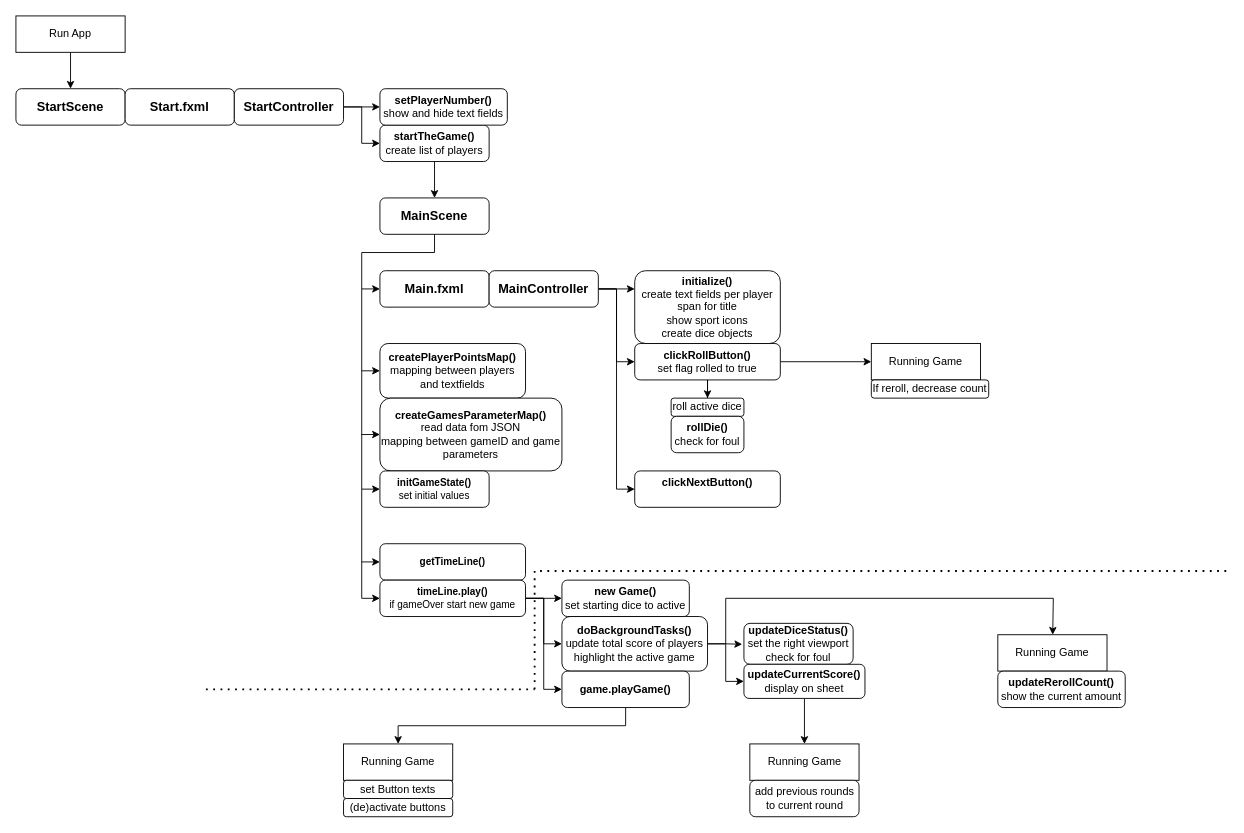
Earlier version of the draw.io diagram src/main/resources/Flow.drawio (MarcoSeibert/Decathlon). Source tidied: cells renumbered, new cells numbered last; positions are measured from the earlier drawing's top-left corner, leaving out a move shared by most shapes. Both pictures are drawn from the tidied source at 91%, with x=0, y=0 at pixel (15, 15).
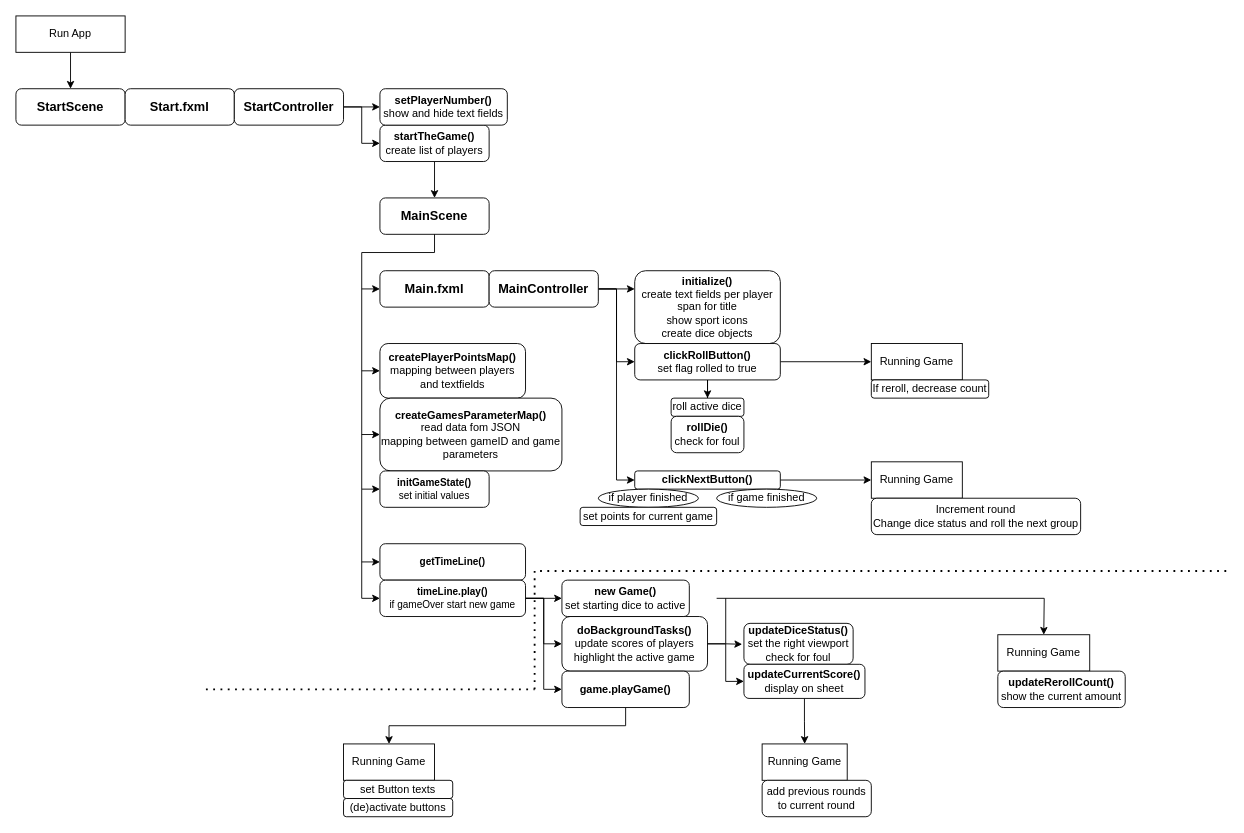
The same diagram, later.

Commit message:
K: update flow chart

Unchanged cells that the change refers to:
```xml
<mxCell id="42" value="game.playGame()" style="rounded=1;whiteSpace=wrap;html=1;fontStyle=1;" parent="1" vertex="1">
  <mxGeometry x="600" y="720" width="140" height="40" as="geometry" />
</mxCell>
```

What changed in the source:
```diff
@@
-    <mxCell id="39" value="doBackgroundTasks()&lt;div&gt;&lt;span style=&quot;font-weight: 400;&quot;&gt;update total score of players&lt;/span&gt;&lt;/div&gt;&lt;div&gt;&lt;span style=&quot;font-weight: 400;&quot;&gt;highlight the active game&lt;/span&gt;&lt;/div&gt;" style="rounded=1;whiteSpace=wrap;html=1;fontStyle=1;" parent="1" vertex="1">
+    <mxCell id="39" value="doBackgroundTasks()&lt;div&gt;&lt;span style=&quot;font-weight: 400;&quot;&gt;update scores of players&lt;/span&gt;&lt;/div&gt;&lt;div&gt;&lt;span style=&quot;font-weight: 400;&quot;&gt;highlight the active game&lt;/span&gt;&lt;/div&gt;" style="rounded=1;whiteSpace=wrap;html=1;fontStyle=1;" parent="1" vertex="1">
       <mxGeometry x="600" y="660" width="160" height="60" as="geometry" />
     </mxCell>
@@
     <mxCell id="41" style="edgeStyle=orthogonalEdgeStyle;rounded=0;jettySize=auto;html=1;entryX=0.5;entryY=0;entryDx=0;entryDy=0;" parent="1" edge="1" source="42" target="47">
       <mxGeometry relative="1" as="geometry">
         <Array as="points">
           <mxPoint x="670" y="780" />
-          <mxPoint x="420" y="780" />
+          <mxPoint x="410" y="780" />
         </Array>
       </mxGeometry>
     </mxCell>
@@
     <mxCell id="47" value="Running Game" style="rounded=0;whiteSpace=wrap;html=1;" parent="1" vertex="1">
-      <mxGeometry x="360" y="800" width="120" height="40" as="geometry" />
+      <mxGeometry x="360" y="800" width="100" height="40" as="geometry" />
     </mxCell>
     <mxCell id="48" value="Running Game" style="rounded=0;whiteSpace=wrap;html=1;" parent="1" vertex="1">
-      <mxGeometry x="940" y="360" width="120" height="40" as="geometry" />
+      <mxGeometry x="940" y="360" width="100" height="40" as="geometry" />
     </mxCell>
@@
     <mxCell id="50" style="endArrow=none;html=1;rounded=0;startFill=0;" parent="1" edge="1">
       <mxGeometry relative="1" as="geometry">
-        <mxPoint x="780" y="640" as="sourcePoint" />
-        <mxPoint x="1140" y="640" as="targetPoint" />
+        <mxPoint x="770" y="640" as="sourcePoint" />
+        <mxPoint x="1130" y="640" as="targetPoint" />
       </mxGeometry>
     </mxCell>
     <mxCell id="51" value="Running Game" style="rounded=0;whiteSpace=wrap;html=1;" parent="1" vertex="1">
-      <mxGeometry x="1079" y="680" width="120" height="40" as="geometry" />
+      <mxGeometry x="1079" y="680" width="101" height="40" as="geometry" />
     </mxCell>
-    <mxCell id="52" style="endArrow=classic;html=1;rounded=0;" parent="1" edge="1" target="51">
-      <mxGeometry relative="1" as="geometry">
-        <mxPoint x="1140" y="640" as="sourcePoint" />
-      </mxGeometry>
-    </mxCell>
@@
     <mxCell id="62" value="Running Game" style="rounded=0;whiteSpace=wrap;html=1;" parent="1" vertex="1">
-      <mxGeometry x="806.5" y="800" width="120" height="40" as="geometry" />
+      <mxGeometry x="820" y="800" width="93.5" height="40" as="geometry" />
     </mxCell>
     <mxCell id="63" value="add previous rounds&lt;div&gt;to current round&lt;/div&gt;" style="rounded=1;whiteSpace=wrap;html=1;" parent="1" vertex="1">
-      <mxGeometry x="806.5" y="840" width="120" height="40" as="geometry" />
+      <mxGeometry x="820" y="840" width="120" height="40" as="geometry" />
     </mxCell>
+    <mxCell id="65" style="edgeStyle=orthogonalEdgeStyle;rounded=0;jettySize=auto;html=1;entryX=0;entryY=0.5;entryDx=0;entryDy=0;" parent="1" edge="1" source="64" target="66">
+      <mxGeometry relative="1" as="geometry" />
+    </mxCell>
-    <mxCell id="64" value="&lt;b&gt;clickNextButton()&lt;/b&gt;&lt;div&gt;&lt;br/&gt;&lt;/div&gt;" style="rounded=1;whiteSpace=wrap;html=1;spacing=0;" parent="1" vertex="1">
-      <mxGeometry x="680" y="500" width="160" height="40" as="geometry" />
+    <mxCell id="64" value="&lt;b&gt;clickNextButton()&lt;/b&gt;" style="rounded=1;whiteSpace=wrap;html=1;spacing=0;" parent="1" vertex="1">
+      <mxGeometry x="680" y="500" width="160" height="20" as="geometry" />
     </mxCell>
+    <mxCell id="66" value="Running Game" style="rounded=0;whiteSpace=wrap;html=1;" parent="1" vertex="1">
+      <mxGeometry x="940" y="490" width="100" height="40" as="geometry" />
+    </mxCell>
+    <mxCell id="67" style="endArrow=classic;html=1;rounded=0;entryX=0.5;entryY=0;entryDx=0;entryDy=0;" parent="1" edge="1" target="51">
+      <mxGeometry relative="1" as="geometry">
+        <mxPoint x="1130" y="640" as="sourcePoint" />
+      </mxGeometry>
+    </mxCell>
+    <mxCell id="68" value="Increment round&lt;br&gt;Change dice status and roll the next group" style="rounded=1;whiteSpace=wrap;html=1;" parent="1" vertex="1">
+      <mxGeometry x="940" y="530" width="230" height="40" as="geometry" />
+    </mxCell>
+    <mxCell id="69" value="if player finished" style="ellipse;whiteSpace=wrap;html=1;" parent="1" vertex="1">
+      <mxGeometry x="640" y="520" width="110" height="20" as="geometry" />
+    </mxCell>
+    <mxCell id="70" value="if game finished" style="ellipse;whiteSpace=wrap;html=1;" parent="1" vertex="1">
+      <mxGeometry x="770" y="520" width="110" height="20" as="geometry" />
+    </mxCell>
+    <mxCell id="71" value="set points for current game" style="rounded=1;whiteSpace=wrap;html=1;" parent="1" vertex="1">
+      <mxGeometry x="620" y="540" width="150" height="20" as="geometry" />
+    </mxCell>
```
